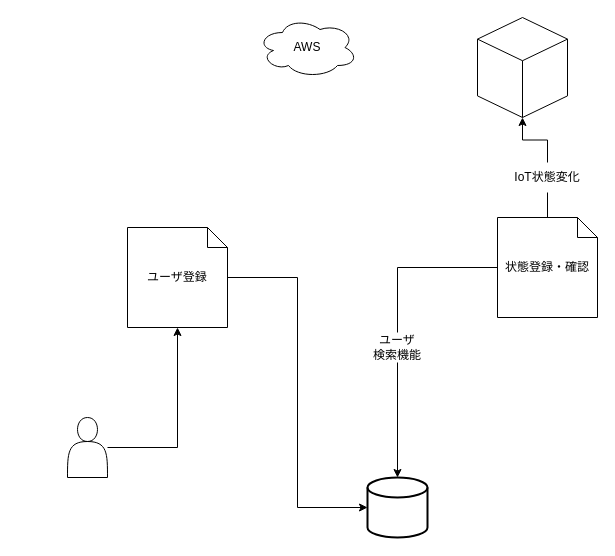
Earlier version of the draw.io diagram page "画面設計" (2 of 3) of 画面設計.drawio (ringohoka/AnnounceSituation). Source tidied: cells renumbered, new cells numbered last; positions are measured from the earlier drawing's top-left corner, leaving out a move shared by most shapes. Both pictures are drawn from the tidied source at 100%, with x=0, y=0 at pixel (67, 17).
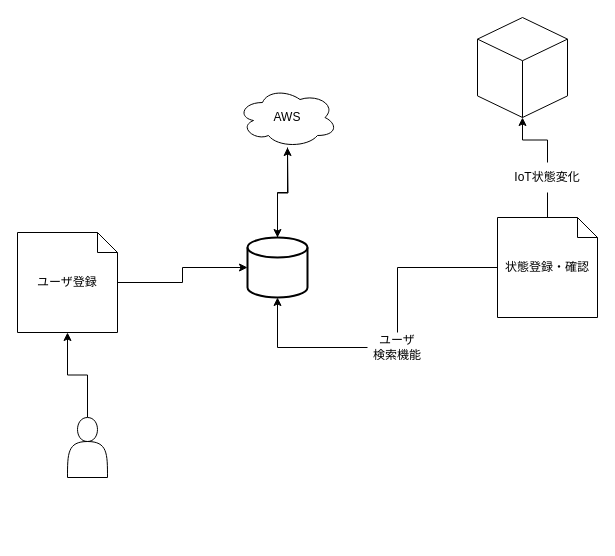
After the change.

Commit message:
画面設計.drawio を更新します

Diff of the diagram source:
```diff
@@
 <mxGraphModel>
   <root>
     <mxCell id="0" />
     <mxCell id="1" parent="0" />
     <mxCell id="2" style="edgeStyle=orthogonalEdgeStyle;rounded=0;jettySize=auto;html=1;entryX=0.5;entryY=1;entryDx=0;entryDy=0;entryPerimeter=0;" parent="1" edge="1" source="3" target="11">
       <mxGeometry relative="1" as="geometry" />
     </mxCell>
     <mxCell id="3" style="shape=actor;whiteSpace=wrap;html=1;" parent="1" vertex="1">
       <mxGeometry y="400" width="40" height="60" as="geometry" />
     </mxCell>
     <mxCell id="4" style="html=1;whiteSpace=wrap;shape=isoCube2;backgroundOutline=1;isoAngle=15;" parent="1" vertex="1">
       <mxGeometry x="410" width="90" height="100" as="geometry" />
     </mxCell>
+    <mxCell id="16" style="edgeStyle=orthogonalEdgeStyle;rounded=0;jettySize=auto;html=1;entryX=0.5;entryY=0;entryDx=0;entryDy=0;entryPerimeter=0;" parent="1" edge="1" source="5" target="6">
+      <mxGeometry relative="1" as="geometry" />
+    </mxCell>
     <mxCell id="5" value="AWS" style="ellipse;shape=cloud;whiteSpace=wrap;html=1;align=center;" parent="1" vertex="1">
-      <mxGeometry x="190" width="100" height="60" as="geometry" />
+      <mxGeometry x="170" y="70" width="100" height="60" as="geometry" />
     </mxCell>
+    <mxCell id="17" style="edgeStyle=orthogonalEdgeStyle;rounded=0;jettySize=auto;html=1;" parent="1" edge="1" source="6">
+      <mxGeometry relative="1" as="geometry">
+        <mxPoint x="220" y="130" as="targetPoint" />
+      </mxGeometry>
+    </mxCell>
     <mxCell id="6" style="strokeWidth=2;html=1;shape=mxgraph.flowchart.database;whiteSpace=wrap;" parent="1" vertex="1">
-      <mxGeometry x="300" y="460" width="60" height="60" as="geometry" />
+      <mxGeometry x="180" y="220" width="60" height="60" as="geometry" />
     </mxCell>
     <mxCell id="7" style="edgeStyle=orthogonalEdgeStyle;rounded=0;jettySize=auto;html=1;startArrow=none;" parent="1" edge="1" source="12" target="6">
       <mxGeometry relative="1" as="geometry" />
     </mxCell>
     <mxCell id="8" style="edgeStyle=orthogonalEdgeStyle;rounded=0;jettySize=auto;html=1;entryX=0.5;entryY=1;entryDx=0;entryDy=0;entryPerimeter=0;startArrow=none;" parent="1" edge="1" source="14" target="4">
       <mxGeometry relative="1" as="geometry" />
     </mxCell>
     <mxCell id="9" value="状態登録・確認" style="shape=note;size=20;whiteSpace=wrap;html=1;" parent="1" vertex="1">
       <mxGeometry x="430" y="200" width="100" height="100" as="geometry" />
     </mxCell>
     <mxCell id="10" style="edgeStyle=orthogonalEdgeStyle;rounded=0;jettySize=auto;html=1;entryX=0;entryY=0.5;entryDx=0;entryDy=0;entryPerimeter=0;" parent="1" edge="1" source="11" target="6">
       <mxGeometry relative="1" as="geometry" />
     </mxCell>
     <mxCell id="11" value="ユーザ登録" style="shape=note;size=20;whiteSpace=wrap;html=1;" parent="1" vertex="1">
-      <mxGeometry x="60" y="210" width="100" height="100" as="geometry" />
+      <mxGeometry x="-50" y="215" width="100" height="100" as="geometry" />
     </mxCell>
     <mxCell id="12" value="ユーザ&lt;br&gt;検索機能" style="text;html=1;strokeColor=none;fillColor=none;align=center;verticalAlign=middle;whiteSpace=wrap;rounded=0;" parent="1" vertex="1">
       <mxGeometry x="300" y="315" width="60" height="30" as="geometry" />
     </mxCell>
     <mxCell id="13" style="edgeStyle=orthogonalEdgeStyle;rounded=0;jettySize=auto;html=1;endArrow=none;" parent="1" edge="1" source="9" target="12">
       <mxGeometry relative="1" as="geometry" />
     </mxCell>
     <mxCell id="14" value="IoT状態変化" style="text;html=1;strokeColor=none;fillColor=none;align=center;verticalAlign=middle;whiteSpace=wrap;rounded=0;" parent="1" vertex="1">
       <mxGeometry x="440" y="145" width="80" height="30" as="geometry" />
     </mxCell>
     <mxCell id="15" style="edgeStyle=orthogonalEdgeStyle;rounded=0;jettySize=auto;html=1;entryX=0.5;entryY=1;entryDx=0;entryDy=0;entryPerimeter=0;endArrow=none;" parent="1" edge="1" source="9" target="14">
       <mxGeometry relative="1" as="geometry" />
     </mxCell>
   </root>
 </mxGraphModel>
```
